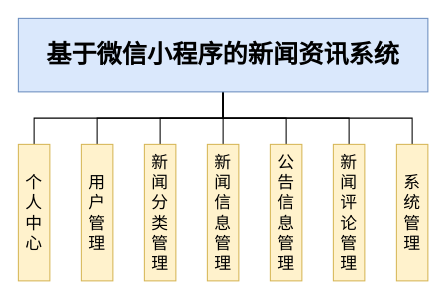
The draw.io diagram 模块图.drawio in dongtianshuo/dongtianshuo1, before the edit. Source tidied: cells renumbered, new cells numbered last; positions are measured from the earlier drawing's top-left corner, leaving out a move shared by most shapes. Both pictures are drawn from the tidied source at 105%, with x=0, y=0 at pixel (18, 18).
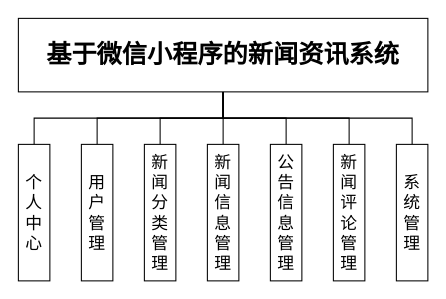
The same page after the edit.

Commit message:
更新模块图.drawio

What changed in the source:
```diff
@@
 <mxGraphModel>
   <root>
     <mxCell id="0" />
     <mxCell id="1" parent="0" />
     <mxCell id="2" style="edgeStyle=orthogonalEdgeStyle;rounded=0;jettySize=auto;html=1;exitX=0.5;exitY=1;exitDx=0;exitDy=0;entryX=0.5;entryY=0;entryDx=0;entryDy=0;endArrow=none;startFill=0;" parent="1" edge="1" source="9" target="10">
       <mxGeometry relative="1" as="geometry" />
     </mxCell>
     <mxCell id="3" style="edgeStyle=orthogonalEdgeStyle;rounded=0;jettySize=auto;html=1;exitX=0.5;exitY=1;exitDx=0;exitDy=0;entryX=0.5;entryY=0;entryDx=0;entryDy=0;endArrow=none;startFill=0;" parent="1" edge="1" source="9" target="11">
       <mxGeometry relative="1" as="geometry" />
     </mxCell>
     <mxCell id="4" style="edgeStyle=orthogonalEdgeStyle;rounded=0;jettySize=auto;html=1;exitX=0.5;exitY=1;exitDx=0;exitDy=0;entryX=0.5;entryY=0;entryDx=0;entryDy=0;endArrow=none;startFill=0;" parent="1" edge="1" source="9" target="12">
       <mxGeometry relative="1" as="geometry" />
     </mxCell>
     <mxCell id="5" style="edgeStyle=orthogonalEdgeStyle;rounded=0;jettySize=auto;html=1;exitX=0.5;exitY=1;exitDx=0;exitDy=0;entryX=0.5;entryY=0;entryDx=0;entryDy=0;endArrow=none;startFill=0;" parent="1" edge="1" source="9" target="13">
       <mxGeometry relative="1" as="geometry" />
     </mxCell>
     <mxCell id="6" style="edgeStyle=orthogonalEdgeStyle;rounded=0;jettySize=auto;html=1;exitX=0.5;exitY=1;exitDx=0;exitDy=0;entryX=0.5;entryY=0;entryDx=0;entryDy=0;endArrow=none;startFill=0;" parent="1" edge="1" source="9" target="15">
       <mxGeometry relative="1" as="geometry" />
     </mxCell>
     <mxCell id="7" style="edgeStyle=orthogonalEdgeStyle;rounded=0;jettySize=auto;html=1;exitX=0.5;exitY=1;exitDx=0;exitDy=0;entryX=0.5;entryY=0;entryDx=0;entryDy=0;endArrow=none;startFill=0;" parent="1" edge="1" source="9" target="16">
       <mxGeometry relative="1" as="geometry" />
     </mxCell>
     <mxCell id="8" style="edgeStyle=orthogonalEdgeStyle;rounded=0;jettySize=auto;html=1;exitX=0.5;exitY=1;exitDx=0;exitDy=0;entryX=0.5;entryY=0;entryDx=0;entryDy=0;endArrow=none;startFill=0;" parent="1" edge="1" source="9" target="14">
       <mxGeometry relative="1" as="geometry" />
     </mxCell>
-    <mxCell id="9" value="&lt;font style=&quot;font-size: 24px;&quot; face=&quot;Times New Roman&quot;&gt;&lt;b&gt;基于微信小程序的新闻资讯系统&lt;/b&gt;&lt;/font&gt;" style="rounded=0;whiteSpace=wrap;html=1;fillColor=#dae8fc;strokeColor=#6c8ebf;" parent="1" vertex="1">
+    <mxCell id="9" value="&lt;font style=&quot;font-size: 24px;&quot; face=&quot;Times New Roman&quot;&gt;&lt;b&gt;基于微信小程序的新闻资讯系统&lt;/b&gt;&lt;/font&gt;" style="rounded=0;whiteSpace=wrap;html=1;" parent="1" vertex="1">
       <mxGeometry width="390" height="70" as="geometry" />
     </mxCell>
-    <mxCell id="10" value="&lt;font style=&quot;font-size: 16px;&quot; face=&quot;Times New Roman&quot;&gt;个&lt;/font&gt;&lt;div&gt;&lt;font style=&quot;font-size: 16px;&quot; face=&quot;Times New Roman&quot;&gt;人&lt;/font&gt;&lt;/div&gt;&lt;div&gt;&lt;font style=&quot;font-size: 16px;&quot; face=&quot;Times New Roman&quot;&gt;中&lt;/font&gt;&lt;/div&gt;&lt;div&gt;&lt;font style=&quot;font-size: 16px;&quot; face=&quot;Times New Roman&quot;&gt;心&lt;/font&gt;&lt;/div&gt;" style="rounded=0;whiteSpace=wrap;html=1;fillColor=#fff2cc;strokeColor=#d6b656;" parent="1" vertex="1">
+    <mxCell id="10" value="&lt;font style=&quot;font-size: 16px;&quot; face=&quot;Times New Roman&quot;&gt;个&lt;/font&gt;&lt;div&gt;&lt;font style=&quot;font-size: 16px;&quot; face=&quot;Times New Roman&quot;&gt;人&lt;/font&gt;&lt;/div&gt;&lt;div&gt;&lt;font style=&quot;font-size: 16px;&quot; face=&quot;Times New Roman&quot;&gt;中&lt;/font&gt;&lt;/div&gt;&lt;div&gt;&lt;font style=&quot;font-size: 16px;&quot; face=&quot;Times New Roman&quot;&gt;心&lt;/font&gt;&lt;/div&gt;" style="rounded=0;whiteSpace=wrap;html=1;" parent="1" vertex="1">
       <mxGeometry y="120" width="30" height="130" as="geometry" />
     </mxCell>
-    <mxCell id="11" value="&lt;font face=&quot;Times New Roman&quot; style=&quot;font-size: 16px;&quot;&gt;用&lt;/font&gt;&lt;div&gt;&lt;font face=&quot;Times New Roman&quot; style=&quot;font-size: 16px;&quot;&gt;户&lt;/font&gt;&lt;/div&gt;&lt;div&gt;&lt;font face=&quot;Times New Roman&quot; style=&quot;font-size: 16px;&quot;&gt;管&lt;/font&gt;&lt;/div&gt;&lt;div&gt;&lt;font face=&quot;Times New Roman&quot; style=&quot;font-size: 16px;&quot;&gt;理&lt;/font&gt;&lt;/div&gt;" style="rounded=0;whiteSpace=wrap;html=1;fillColor=#fff2cc;strokeColor=#d6b656;" parent="1" vertex="1">
+    <mxCell id="11" value="&lt;font face=&quot;Times New Roman&quot; style=&quot;font-size: 16px;&quot;&gt;用&lt;/font&gt;&lt;div&gt;&lt;font face=&quot;Times New Roman&quot; style=&quot;font-size: 16px;&quot;&gt;户&lt;/font&gt;&lt;/div&gt;&lt;div&gt;&lt;font face=&quot;Times New Roman&quot; style=&quot;font-size: 16px;&quot;&gt;管&lt;/font&gt;&lt;/div&gt;&lt;div&gt;&lt;font face=&quot;Times New Roman&quot; style=&quot;font-size: 16px;&quot;&gt;理&lt;/font&gt;&lt;/div&gt;" style="rounded=0;whiteSpace=wrap;html=1;" parent="1" vertex="1">
       <mxGeometry x="60" y="120" width="30" height="130" as="geometry" />
     </mxCell>
-    <mxCell id="12" value="&lt;font face=&quot;Times New Roman&quot; style=&quot;font-size: 16px;&quot;&gt;新&lt;/font&gt;&lt;div&gt;&lt;font face=&quot;Times New Roman&quot; style=&quot;font-size: 16px;&quot;&gt;闻&lt;/font&gt;&lt;/div&gt;&lt;div&gt;&lt;font face=&quot;Times New Roman&quot; style=&quot;font-size: 16px;&quot;&gt;分&lt;/font&gt;&lt;/div&gt;&lt;div&gt;&lt;font face=&quot;Times New Roman&quot; style=&quot;font-size: 16px;&quot;&gt;类&lt;/font&gt;&lt;/div&gt;&lt;div&gt;&lt;font face=&quot;Times New Roman&quot; style=&quot;font-size: 16px;&quot;&gt;管&lt;/font&gt;&lt;/div&gt;&lt;div&gt;&lt;font face=&quot;Times New Roman&quot; style=&quot;font-size: 16px;&quot;&gt;理&lt;/font&gt;&lt;/div&gt;" style="rounded=0;whiteSpace=wrap;html=1;fillColor=#fff2cc;strokeColor=#d6b656;" parent="1" vertex="1">
+    <mxCell id="12" value="&lt;font face=&quot;Times New Roman&quot; style=&quot;font-size: 16px;&quot;&gt;新&lt;/font&gt;&lt;div&gt;&lt;font face=&quot;Times New Roman&quot; style=&quot;font-size: 16px;&quot;&gt;闻&lt;/font&gt;&lt;/div&gt;&lt;div&gt;&lt;font face=&quot;Times New Roman&quot; style=&quot;font-size: 16px;&quot;&gt;分&lt;/font&gt;&lt;/div&gt;&lt;div&gt;&lt;font face=&quot;Times New Roman&quot; style=&quot;font-size: 16px;&quot;&gt;类&lt;/font&gt;&lt;/div&gt;&lt;div&gt;&lt;font face=&quot;Times New Roman&quot; style=&quot;font-size: 16px;&quot;&gt;管&lt;/font&gt;&lt;/div&gt;&lt;div&gt;&lt;font face=&quot;Times New Roman&quot; style=&quot;font-size: 16px;&quot;&gt;理&lt;/font&gt;&lt;/div&gt;" style="rounded=0;whiteSpace=wrap;html=1;" parent="1" vertex="1">
       <mxGeometry x="120" y="120" width="30" height="130" as="geometry" />
     </mxCell>
-    <mxCell id="13" value="&lt;font face=&quot;Times New Roman&quot; style=&quot;font-size: 16px;&quot;&gt;新&lt;/font&gt;&lt;div&gt;&lt;font face=&quot;Times New Roman&quot; style=&quot;font-size: 16px;&quot;&gt;闻&lt;/font&gt;&lt;/div&gt;&lt;div&gt;&lt;font face=&quot;Times New Roman&quot; style=&quot;font-size: 16px;&quot;&gt;信&lt;/font&gt;&lt;/div&gt;&lt;div&gt;&lt;font face=&quot;Times New Roman&quot; style=&quot;font-size: 16px;&quot;&gt;息&lt;/font&gt;&lt;/div&gt;&lt;div&gt;&lt;font face=&quot;Times New Roman&quot; style=&quot;font-size: 16px;&quot;&gt;管&lt;/font&gt;&lt;/div&gt;&lt;div&gt;&lt;font face=&quot;Times New Roman&quot; style=&quot;font-size: 16px;&quot;&gt;理&lt;/font&gt;&lt;/div&gt;" style="rounded=0;whiteSpace=wrap;html=1;fillColor=#fff2cc;strokeColor=#d6b656;" parent="1" vertex="1">
+    <mxCell id="13" value="&lt;font face=&quot;Times New Roman&quot; style=&quot;font-size: 16px;&quot;&gt;新&lt;/font&gt;&lt;div&gt;&lt;font face=&quot;Times New Roman&quot; style=&quot;font-size: 16px;&quot;&gt;闻&lt;/font&gt;&lt;/div&gt;&lt;div&gt;&lt;font face=&quot;Times New Roman&quot; style=&quot;font-size: 16px;&quot;&gt;信&lt;/font&gt;&lt;/div&gt;&lt;div&gt;&lt;font face=&quot;Times New Roman&quot; style=&quot;font-size: 16px;&quot;&gt;息&lt;/font&gt;&lt;/div&gt;&lt;div&gt;&lt;font face=&quot;Times New Roman&quot; style=&quot;font-size: 16px;&quot;&gt;管&lt;/font&gt;&lt;/div&gt;&lt;div&gt;&lt;font face=&quot;Times New Roman&quot; style=&quot;font-size: 16px;&quot;&gt;理&lt;/font&gt;&lt;/div&gt;" style="rounded=0;whiteSpace=wrap;html=1;" parent="1" vertex="1">
       <mxGeometry x="180" y="120" width="30" height="130" as="geometry" />
     </mxCell>
-    <mxCell id="14" value="&lt;font face=&quot;Times New Roman&quot; style=&quot;font-size: 16px;&quot;&gt;系&lt;/font&gt;&lt;div&gt;&lt;font face=&quot;Times New Roman&quot; style=&quot;font-size: 16px;&quot;&gt;统&lt;/font&gt;&lt;/div&gt;&lt;div&gt;&lt;font face=&quot;Times New Roman&quot; style=&quot;font-size: 16px;&quot;&gt;管&lt;/font&gt;&lt;/div&gt;&lt;div&gt;&lt;font face=&quot;Times New Roman&quot; style=&quot;font-size: 16px;&quot;&gt;理&lt;/font&gt;&lt;/div&gt;" style="rounded=0;whiteSpace=wrap;html=1;fillColor=#fff2cc;strokeColor=#d6b656;" parent="1" vertex="1">
+    <mxCell id="14" value="&lt;font face=&quot;Times New Roman&quot; style=&quot;font-size: 16px;&quot;&gt;系&lt;/font&gt;&lt;div&gt;&lt;font face=&quot;Times New Roman&quot; style=&quot;font-size: 16px;&quot;&gt;统&lt;/font&gt;&lt;/div&gt;&lt;div&gt;&lt;font face=&quot;Times New Roman&quot; style=&quot;font-size: 16px;&quot;&gt;管&lt;/font&gt;&lt;/div&gt;&lt;div&gt;&lt;font face=&quot;Times New Roman&quot; style=&quot;font-size: 16px;&quot;&gt;理&lt;/font&gt;&lt;/div&gt;" style="rounded=0;whiteSpace=wrap;html=1;" parent="1" vertex="1">
       <mxGeometry x="360" y="120" width="30" height="130" as="geometry" />
     </mxCell>
-    <mxCell id="15" value="&lt;font face=&quot;Times New Roman&quot; style=&quot;font-size: 16px;&quot;&gt;公&lt;/font&gt;&lt;div&gt;&lt;font face=&quot;Times New Roman&quot; style=&quot;font-size: 16px;&quot;&gt;告&lt;/font&gt;&lt;/div&gt;&lt;div&gt;&lt;font face=&quot;Times New Roman&quot; style=&quot;font-size: 16px;&quot;&gt;信&lt;/font&gt;&lt;/div&gt;&lt;div&gt;&lt;font face=&quot;Times New Roman&quot; style=&quot;font-size: 16px;&quot;&gt;息&lt;/font&gt;&lt;/div&gt;&lt;div&gt;&lt;font face=&quot;Times New Roman&quot; style=&quot;font-size: 16px;&quot;&gt;管&lt;/font&gt;&lt;/div&gt;&lt;div&gt;&lt;font face=&quot;Times New Roman&quot; style=&quot;font-size: 16px;&quot;&gt;理&lt;/font&gt;&lt;/div&gt;" style="rounded=0;whiteSpace=wrap;html=1;fillColor=#fff2cc;strokeColor=#d6b656;" parent="1" vertex="1">
+    <mxCell id="15" value="&lt;font face=&quot;Times New Roman&quot; style=&quot;font-size: 16px;&quot;&gt;公&lt;/font&gt;&lt;div&gt;&lt;font face=&quot;Times New Roman&quot; style=&quot;font-size: 16px;&quot;&gt;告&lt;/font&gt;&lt;/div&gt;&lt;div&gt;&lt;font face=&quot;Times New Roman&quot; style=&quot;font-size: 16px;&quot;&gt;信&lt;/font&gt;&lt;/div&gt;&lt;div&gt;&lt;font face=&quot;Times New Roman&quot; style=&quot;font-size: 16px;&quot;&gt;息&lt;/font&gt;&lt;/div&gt;&lt;div&gt;&lt;font face=&quot;Times New Roman&quot; style=&quot;font-size: 16px;&quot;&gt;管&lt;/font&gt;&lt;/div&gt;&lt;div&gt;&lt;font face=&quot;Times New Roman&quot; style=&quot;font-size: 16px;&quot;&gt;理&lt;/font&gt;&lt;/div&gt;" style="rounded=0;whiteSpace=wrap;html=1;" parent="1" vertex="1">
       <mxGeometry x="240" y="120" width="30" height="130" as="geometry" />
     </mxCell>
-    <mxCell id="16" value="&lt;font style=&quot;font-size: 16px;&quot; face=&quot;Times New Roman&quot;&gt;新&lt;/font&gt;&lt;div&gt;&lt;font style=&quot;font-size: 16px;&quot; face=&quot;Times New Roman&quot;&gt;闻&lt;/font&gt;&lt;/div&gt;&lt;div&gt;&lt;font style=&quot;font-size: 16px;&quot; face=&quot;Times New Roman&quot;&gt;评&lt;/font&gt;&lt;/div&gt;&lt;div&gt;&lt;font style=&quot;font-size: 16px;&quot; face=&quot;Times New Roman&quot;&gt;论&lt;/font&gt;&lt;/div&gt;&lt;div&gt;&lt;font style=&quot;font-size: 16px;&quot; face=&quot;Times New Roman&quot;&gt;管&lt;/font&gt;&lt;/div&gt;&lt;div&gt;&lt;font style=&quot;font-size: 16px;&quot; face=&quot;Times New Roman&quot;&gt;理&lt;/font&gt;&lt;/div&gt;" style="rounded=0;whiteSpace=wrap;html=1;fillColor=#fff2cc;strokeColor=#d6b656;" parent="1" vertex="1">
+    <mxCell id="16" value="&lt;font style=&quot;font-size: 16px;&quot; face=&quot;Times New Roman&quot;&gt;新&lt;/font&gt;&lt;div&gt;&lt;font style=&quot;font-size: 16px;&quot; face=&quot;Times New Roman&quot;&gt;闻&lt;/font&gt;&lt;/div&gt;&lt;div&gt;&lt;font style=&quot;font-size: 16px;&quot; face=&quot;Times New Roman&quot;&gt;评&lt;/font&gt;&lt;/div&gt;&lt;div&gt;&lt;font style=&quot;font-size: 16px;&quot; face=&quot;Times New Roman&quot;&gt;论&lt;/font&gt;&lt;/div&gt;&lt;div&gt;&lt;font style=&quot;font-size: 16px;&quot; face=&quot;Times New Roman&quot;&gt;管&lt;/font&gt;&lt;/div&gt;&lt;div&gt;&lt;font style=&quot;font-size: 16px;&quot; face=&quot;Times New Roman&quot;&gt;理&lt;/font&gt;&lt;/div&gt;" style="rounded=0;whiteSpace=wrap;html=1;" parent="1" vertex="1">
       <mxGeometry x="300" y="120" width="30" height="130" as="geometry" />
     </mxCell>
   </root>
 </mxGraphModel>
```
